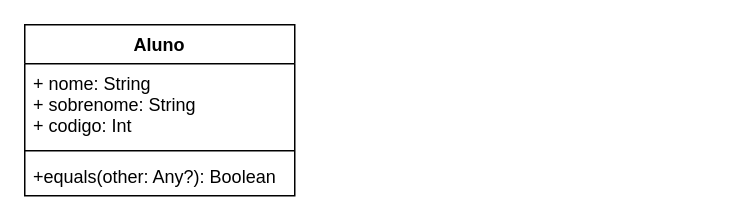
Earlier version of the draw.io diagram UML/Diagrama Desafio Kotlin.drawio (MarcusLoureiro/DesafioKotlin). Source tidied: cells renumbered, new cells numbered last; positions are measured from the earlier drawing's top-left corner, leaving out a move shared by most shapes. Both pictures are drawn from the tidied source at 150%, with x=0, y=0 at pixel (24, 24).
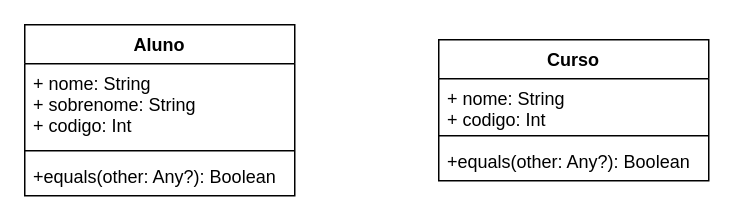
Above is the later version.

Change to the diagram source:
```diff
@@
 <mxGraphModel>
   <root>
     <mxCell id="0" />
     <mxCell id="1" parent="0" />
     <mxCell id="2" value="Aluno" style="swimlane;fontStyle=1;align=center;verticalAlign=top;horizontal=1;startSize=26;" parent="1" vertex="1">
       <mxGeometry width="180" height="114" as="geometry" />
     </mxCell>
     <mxCell id="3" value="+ nome: String&#10;+ sobrenome: String&#10;+ codigo: Int" style="text;strokeColor=none;fillColor=none;align=left;verticalAlign=top;spacingLeft=4;spacingRight=4;overflow=hidden;" parent="2" vertex="1">
       <mxGeometry y="26" width="180" height="54" as="geometry" />
     </mxCell>
     <mxCell id="4" style="line;strokeWidth=1;fillColor=none;align=left;verticalAlign=middle;spacingTop=-1;spacingLeft=3;spacingRight=3;labelPosition=right;" parent="2" vertex="1">
       <mxGeometry y="80" width="180" height="8" as="geometry" />
     </mxCell>
     <mxCell id="5" value="+equals(other: Any?): Boolean " style="text;strokeColor=none;fillColor=none;align=left;verticalAlign=top;spacingLeft=4;spacingRight=4;overflow=hidden;" parent="2" vertex="1">
       <mxGeometry y="88" width="180" height="26" as="geometry" />
     </mxCell>
+    <mxCell id="6" value="Curso" style="swimlane;fontStyle=1;align=center;verticalAlign=top;horizontal=1;startSize=26;" parent="1" vertex="1">
+      <mxGeometry x="276" y="10" width="180" height="94" as="geometry" />
+    </mxCell>
+    <mxCell id="7" value="+ nome: String&#10;+ codigo: Int" style="text;strokeColor=none;fillColor=none;align=left;verticalAlign=top;spacingLeft=4;spacingRight=4;overflow=hidden;" parent="6" vertex="1">
+      <mxGeometry y="26" width="180" height="34" as="geometry" />
+    </mxCell>
+    <mxCell id="8" style="line;strokeWidth=1;fillColor=none;align=left;verticalAlign=middle;spacingTop=-1;spacingLeft=3;spacingRight=3;labelPosition=right;" parent="6" vertex="1">
+      <mxGeometry y="60" width="180" height="8" as="geometry" />
+    </mxCell>
+    <mxCell id="9" value="+equals(other: Any?): Boolean " style="text;strokeColor=none;fillColor=none;align=left;verticalAlign=top;spacingLeft=4;spacingRight=4;overflow=hidden;" parent="6" vertex="1">
+      <mxGeometry y="68" width="180" height="26" as="geometry" />
+    </mxCell>
   </root>
 </mxGraphModel>
```
